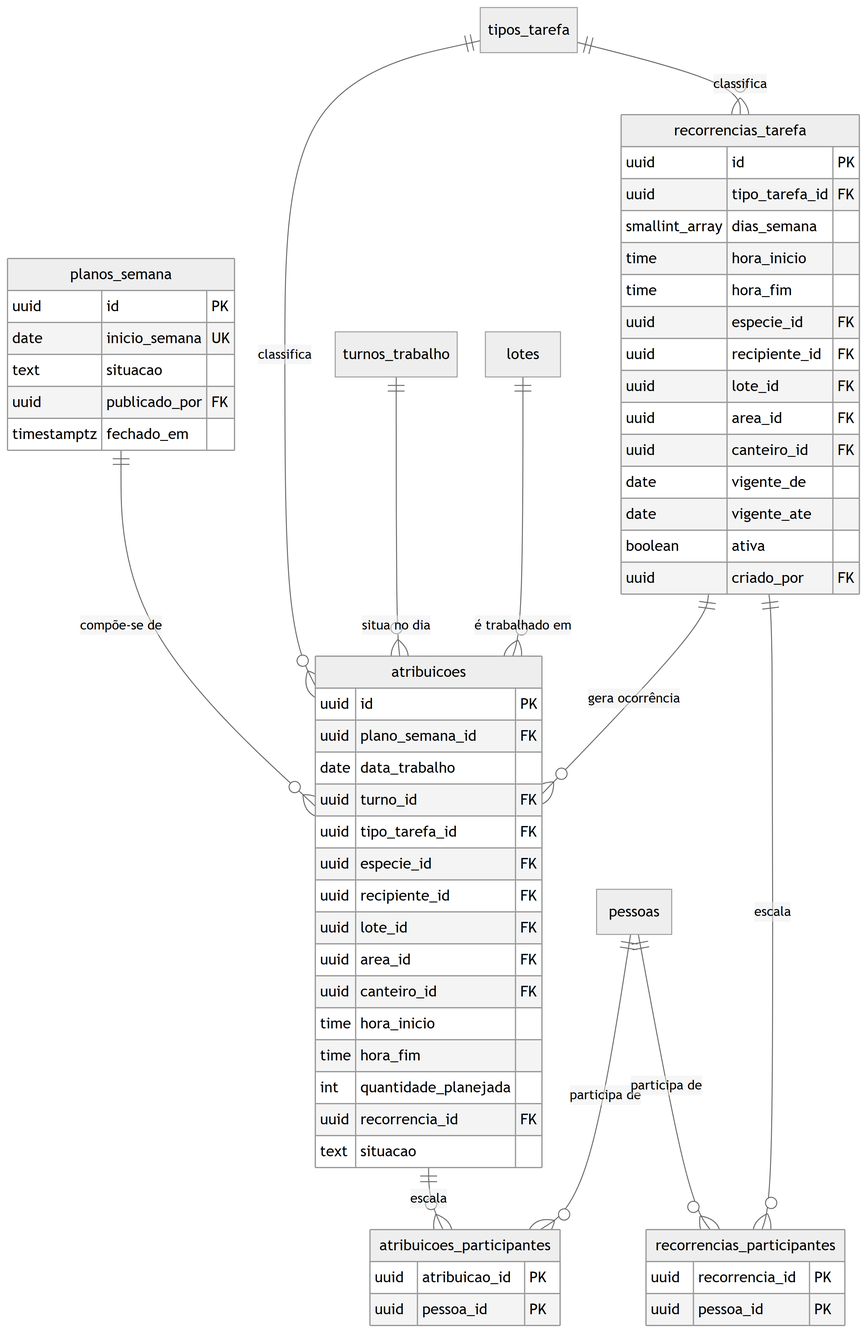
Above: docs/engenharia/modelo-dados-pt/img/fig13-producao-agenda.png in JoaoMudar/mudar (Mermaid), before the change. Its source is kept beside it as docs/engenharia/modelo-dados-pt/mmd/fig13-producao-agenda.mmd.
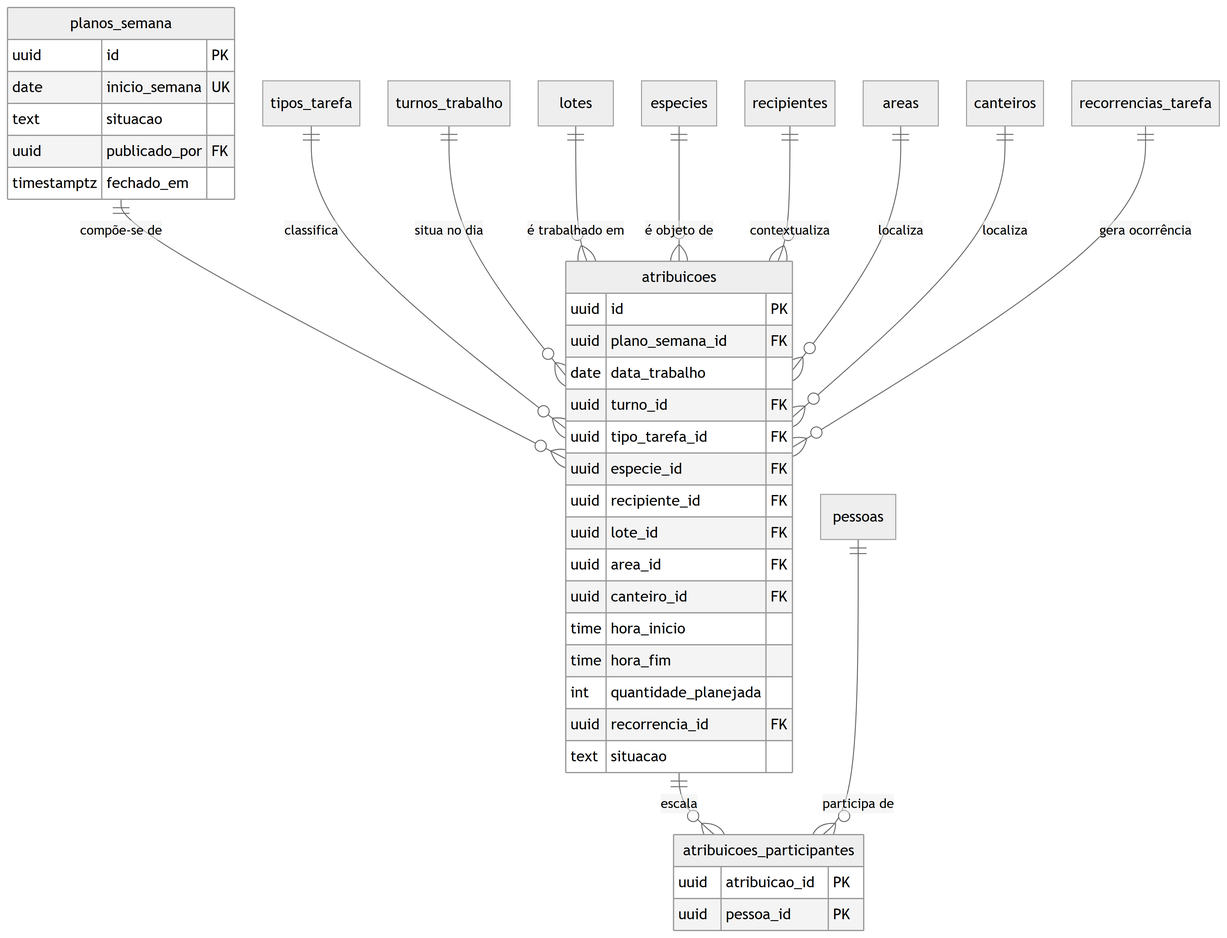
The same diagram one commit later.

What changed in the source:
```diff
@@ -28,41 +28,32 @@
     uuid pessoa_id PK
   }
   recorrencias_tarefa {
-    uuid id PK
-    uuid tipo_tarefa_id FK
-    smallint_array dias_semana
-    time hora_inicio
-    time hora_fim
-    uuid especie_id FK
-    uuid recipiente_id FK
-    uuid lote_id FK
-    uuid area_id FK
-    uuid canteiro_id FK
-    date vigente_de
-    date vigente_ate
-    boolean ativa
-    uuid criado_por FK
-  }
-  recorrencias_participantes {
-    uuid recorrencia_id PK
-    uuid pessoa_id PK
   }
   tipos_tarefa {
   }
   turnos_trabalho {
   }
+  especies {
+  }
+  recipientes {
+  }
   pessoas {
   }
   lotes {
+  }
+  areas {
+  }
+  canteiros {
   }
 
   planos_semana   ||--o{ atribuicoes               : "compõe-se de"
   tipos_tarefa    ||--o{ atribuicoes               : "classifica"
   turnos_trabalho ||--o{ atribuicoes               : "situa no dia"
   lotes           ||--o{ atribuicoes               : "é trabalhado em"
+  especies        ||--o{ atribuicoes               : "é objeto de"
+  recipientes     ||--o{ atribuicoes               : "contextualiza"
+  areas           ||--o{ atribuicoes               : "localiza"
+  canteiros       ||--o{ atribuicoes               : "localiza"
+  recorrencias_tarefa ||--o{ atribuicoes           : "gera ocorrência"
   atribuicoes     ||--o{ atribuicoes_participantes : "escala"
   pessoas         ||--o{ atribuicoes_participantes : "participa de"
-  recorrencias_tarefa ||--o{ atribuicoes                : "gera ocorrência"
-  tipos_tarefa        ||--o{ recorrencias_tarefa        : "classifica"
-  recorrencias_tarefa ||--o{ recorrencias_participantes : "escala"
-  pessoas             ||--o{ recorrencias_participantes : "participa de"
```
